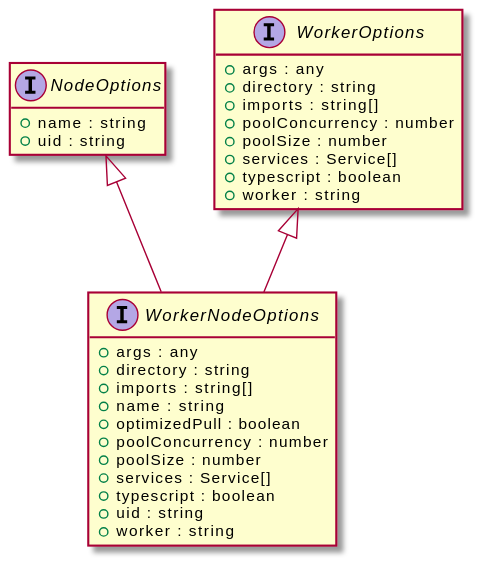
This is assets/WorkerNodeOptions-umlClassDiagram-15537.svg from OpenHPS/openhps-core, a PlantUML export, as it was before one commit.
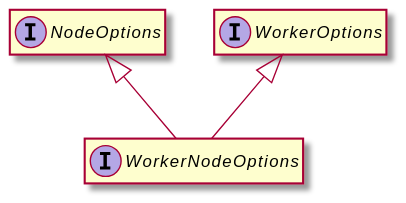
Later version of the same file.

Change to the diagram source:
```diff
@@ -3,32 +3,11 @@
 hide empty methods
 hide empty fields
 interface "WorkerNodeOptions" {
-    +args : any
-    +directory : string
-    +imports : string[]
-    +name : string
-    +optimizedPull : boolean
-    +poolConcurrency : number
-    +poolSize : number
-    +services : Service[]
-    +typescript : boolean
-    +uid : string
-    +worker : string
 }
 interface "NodeOptions" {
-    +name : string
-    +uid : string
 }
 "NodeOptions" <|-- "WorkerNodeOptions"
 interface "WorkerOptions" {
-    +args : any
-    +directory : string
-    +imports : string[]
-    +poolConcurrency : number
-    +poolSize : number
-    +services : Service[]
-    +typescript : boolean
-    +worker : string
 }
 "WorkerOptions" <|-- "WorkerNodeOptions"
 @enduml
```
